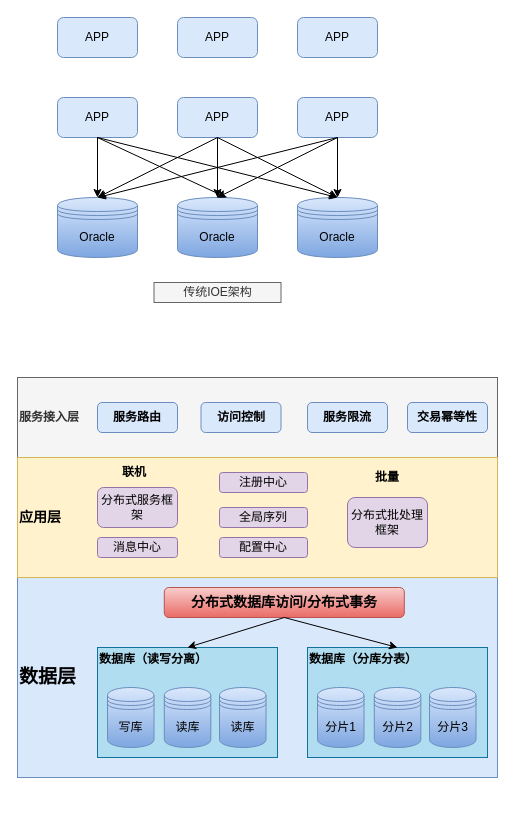
The draw.io diagram IOE架构和分布式架构.drawio in xinyimq/yixinwork, before the edit. Source tidied: cells renumbered, new cells numbered last; positions are measured from the earlier drawing's top-left corner, leaving out a move shared by most shapes. Both pictures are drawn from the tidied source at 100%, with x=0, y=0 at pixel (17, 17).
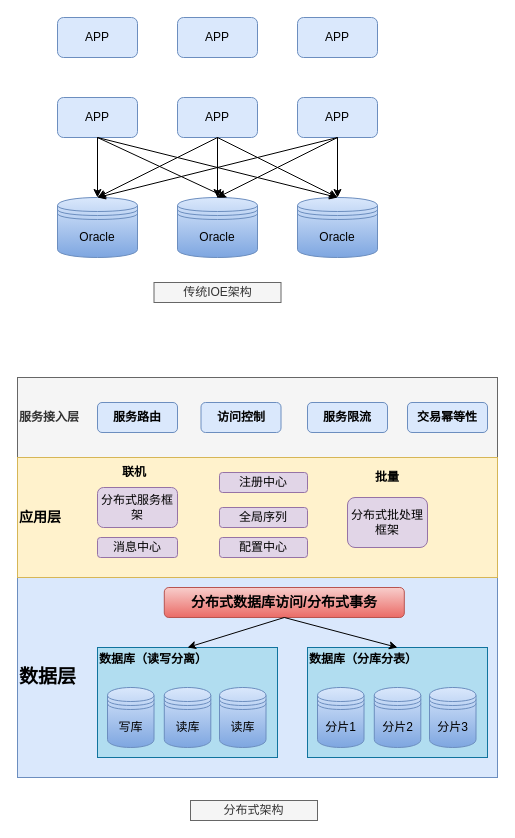
After the change.

Commit message (it also covers changes not shown here):
Update IOE架构和分布式架构.drawio

The edit, as a diff of the source:
```diff
@@
+    <mxCell id="47" value="分布式架构" style="text;html=1;strokeColor=#666666;fillColor=#f5f5f5;align=center;verticalAlign=middle;whiteSpace=wrap;rounded=0;fontColor=#333333;" parent="1" vertex="1">
+      <mxGeometry x="173" y="783" width="127" height="20" as="geometry" />
+    </mxCell>
```
